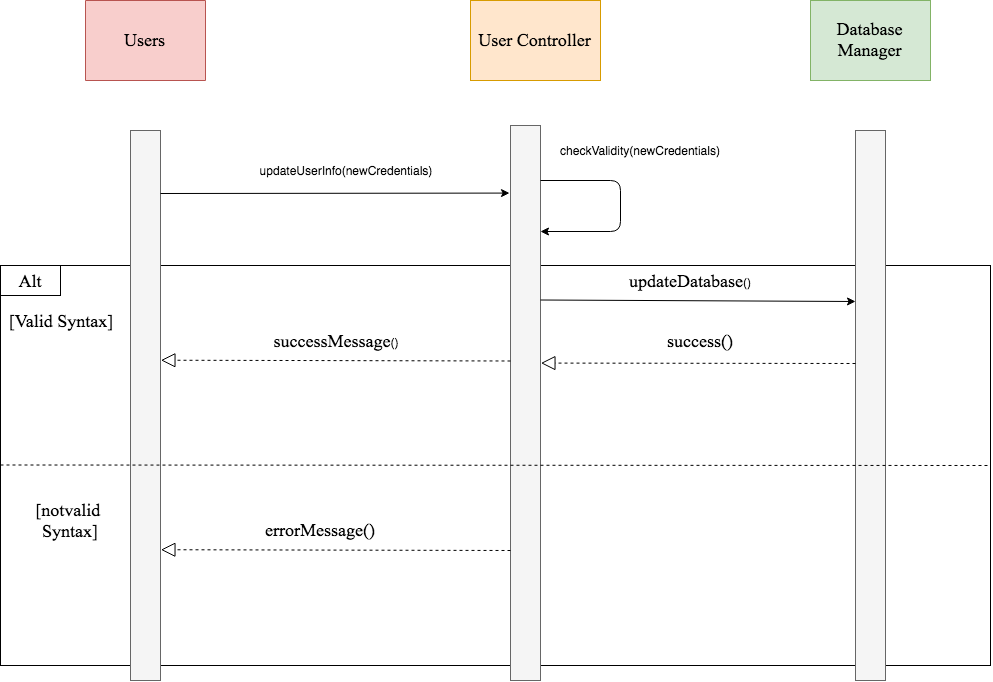
Before: images/SequenceDiagrams/updateUser.png, a diagram exported from draw.io (bounswe/bounswe2019group10). Source tidied: cells renumbered, new cells last; positions are measured from the earlier drawing's top-left corner, leaving out a move shared by most shapes. Source of this version:
```xml
<mxGraphModel>
  <root>
    <mxCell id="0" />
    <mxCell id="1" parent="0" />
    <mxCell id="2" style="rounded=0;whiteSpace=wrap;html=1;strokeColor=#000000;strokeWidth=1;shadow=0;comic=0;" parent="1" vertex="1">
      <mxGeometry y="265" width="990" height="400" as="geometry" />
    </mxCell>
    <mxCell id="3" value="&lt;font style=&quot;font-size: 18px&quot; face=&quot;Times New Roman&quot;&gt;Users&lt;/font&gt;" style="html=1;direction=south;fillColor=#f8cecc;strokeColor=#b85450;" parent="1" vertex="1">
      <mxGeometry x="85" width="120" height="80" as="geometry" />
    </mxCell>
    <mxCell id="4" style="rounded=0;whiteSpace=wrap;html=1;fillColor=#f5f5f5;strokeColor=#666666;fontColor=#333333;" parent="1" vertex="1">
      <mxGeometry x="130" y="130" width="30" height="550" as="geometry" />
    </mxCell>
    <mxCell id="5" style="endArrow=classic;html=1;entryX=-0.033;entryY=0.122;entryDx=0;entryDy=0;entryPerimeter=0;" parent="1" edge="1" target="7">
      <mxGeometry relative="1" as="geometry">
        <mxPoint x="160" y="193" as="sourcePoint" />
      </mxGeometry>
    </mxCell>
    <mxCell id="6" value="&lt;font face=&quot;Times New Roman&quot; style=&quot;font-size: 18px&quot;&gt;User Controller&lt;/font&gt;" style="rounded=0;whiteSpace=wrap;html=1;fillColor=#ffe6cc;strokeColor=#d79b00;" parent="1" vertex="1">
      <mxGeometry x="470" width="130" height="80" as="geometry" />
    </mxCell>
    <mxCell id="7" style="rounded=0;whiteSpace=wrap;html=1;fillColor=#f5f5f5;strokeColor=#666666;fontColor=#333333;" parent="1" vertex="1">
      <mxGeometry x="510" y="125" width="30" height="555" as="geometry" />
    </mxCell>
    <mxCell id="8" value="&lt;font face=&quot;Times New Roman&quot; style=&quot;font-size: 18px&quot;&gt;Database Manager&lt;/font&gt;" style="rounded=0;whiteSpace=wrap;html=1;fillColor=#d5e8d4;strokeColor=#82b366;" parent="1" vertex="1">
      <mxGeometry x="810" width="120" height="80" as="geometry" />
    </mxCell>
    <mxCell id="9" style="rounded=0;whiteSpace=wrap;html=1;fillColor=#f5f5f5;strokeColor=#666666;fontColor=#333333;glass=0;" parent="1" vertex="1">
      <mxGeometry x="855" y="130" width="30" height="550" as="geometry" />
    </mxCell>
    <mxCell id="10" value="updateUserInfo(newCredentials)" style="text;html=1;strokeColor=none;fillColor=none;align=center;verticalAlign=middle;whiteSpace=wrap;rounded=0;" parent="1" vertex="1">
      <mxGeometry x="250" y="160" width="190" height="20" as="geometry" />
    </mxCell>
    <mxCell id="11" value="checkValidity(newCredentials)" style="text;html=1;strokeColor=none;fillColor=none;align=center;verticalAlign=middle;whiteSpace=wrap;rounded=0;" parent="1" vertex="1">
      <mxGeometry x="550" y="120" width="180" height="60" as="geometry" />
    </mxCell>
    <mxCell id="12" style="endArrow=classic;html=1;" parent="1" edge="1">
      <mxGeometry relative="1" as="geometry">
        <mxPoint x="540" y="180" as="sourcePoint" />
        <mxPoint x="540" y="231" as="targetPoint" />
        <Array as="points">
          <mxPoint x="620" y="180" />
          <mxPoint x="620" y="231" />
        </Array>
      </mxGeometry>
    </mxCell>
    <mxCell id="13" style="rounded=0;whiteSpace=wrap;html=1;shadow=0;glass=0;comic=0;strokeColor=#000000;strokeWidth=1;" parent="1" vertex="1">
      <mxGeometry y="265" width="60" height="30" as="geometry" />
    </mxCell>
    <mxCell id="14" value="&lt;font face=&quot;Times New Roman&quot; style=&quot;font-size: 18px&quot;&gt;Alt&lt;/font&gt;" style="text;html=1;strokeColor=none;fillColor=none;align=center;verticalAlign=middle;whiteSpace=wrap;rounded=0;shadow=0;glass=0;comic=0;direction=south;" parent="1" vertex="1">
      <mxGeometry x="20" y="260" width="20" height="40" as="geometry" />
    </mxCell>
    <mxCell id="15" value="&lt;font face=&quot;Times New Roman&quot; style=&quot;font-size: 18px&quot;&gt;[Valid Syntax]&lt;/font&gt;" style="text;html=1;strokeColor=none;fillColor=none;align=center;verticalAlign=middle;whiteSpace=wrap;rounded=0;shadow=0;glass=0;comic=0;" parent="1" vertex="1">
      <mxGeometry y="310" width="120" height="20" as="geometry" />
    </mxCell>
    <mxCell id="16" style="endArrow=classic;html=1;" parent="1" edge="1">
      <mxGeometry relative="1" as="geometry">
        <mxPoint x="540" y="299.5" as="sourcePoint" />
        <mxPoint x="855" y="301" as="targetPoint" />
      </mxGeometry>
    </mxCell>
    <mxCell id="17" value="&lt;font face=&quot;Times New Roman&quot; style=&quot;font-size: 18px&quot;&gt;updateDatabase&lt;/font&gt;()" style="text;html=1;strokeColor=none;fillColor=none;align=center;verticalAlign=middle;whiteSpace=wrap;rounded=0;shadow=0;glass=0;comic=0;" parent="1" vertex="1">
      <mxGeometry x="590" y="270" width="200" height="20" as="geometry" />
    </mxCell>
    <mxCell id="18" value="&lt;font face=&quot;Times New Roman&quot; style=&quot;font-size: 18px&quot;&gt;success()&lt;/font&gt;" style="text;html=1;strokeColor=none;fillColor=none;align=center;verticalAlign=middle;whiteSpace=wrap;rounded=0;shadow=0;glass=0;comic=0;" parent="1" vertex="1">
      <mxGeometry x="630" y="330" width="140" height="20" as="geometry" />
    </mxCell>
    <mxCell id="19" value="&lt;font style=&quot;font-size: 18px&quot; face=&quot;Times New Roman&quot;&gt;successMessage&lt;/font&gt;()" style="text;html=1;strokeColor=none;fillColor=none;align=center;verticalAlign=middle;whiteSpace=wrap;rounded=0;shadow=0;glass=0;comic=0;" parent="1" vertex="1">
      <mxGeometry x="240" y="330" width="190" height="20" as="geometry" />
    </mxCell>
    <mxCell id="20" style="endArrow=none;dashed=1;html=1;" parent="1" edge="1">
      <mxGeometry relative="1" as="geometry">
        <mxPoint y="464.5" as="sourcePoint" />
        <mxPoint x="990" y="465" as="targetPoint" />
      </mxGeometry>
    </mxCell>
    <mxCell id="21" value="&lt;font face=&quot;Times New Roman&quot; style=&quot;font-size: 18px&quot;&gt;[notvalid &lt;br&gt;Syntax]&lt;/font&gt;" style="text;html=1;strokeColor=none;fillColor=none;align=center;verticalAlign=middle;whiteSpace=wrap;rounded=0;shadow=0;glass=0;comic=0;" parent="1" vertex="1">
      <mxGeometry x="10" y="490" width="120" height="60" as="geometry" />
    </mxCell>
    <mxCell id="22" value="&lt;font face=&quot;Times New Roman&quot; style=&quot;font-size: 18px&quot;&gt;errorMessage()&lt;/font&gt;" style="text;html=1;strokeColor=none;fillColor=none;align=center;verticalAlign=middle;whiteSpace=wrap;rounded=0;shadow=0;glass=0;comic=0;" parent="1" vertex="1">
      <mxGeometry x="250" y="520" width="140" height="20" as="geometry" />
    </mxCell>
    <mxCell id="23" style="endArrow=block;dashed=1;endFill=0;endSize=12;html=1;entryX=1.014;entryY=0.428;entryDx=0;entryDy=0;entryPerimeter=0;" parent="1" edge="1" target="7">
      <mxGeometry relative="1" as="geometry">
        <mxPoint x="855" y="363" as="sourcePoint" />
      </mxGeometry>
    </mxCell>
    <mxCell id="24" style="endArrow=block;dashed=1;endFill=0;endSize=12;html=1;entryX=1.014;entryY=0.418;entryDx=0;entryDy=0;entryPerimeter=0;" parent="1" edge="1" target="4">
      <mxGeometry relative="1" as="geometry">
        <mxPoint x="510" y="360.5" as="sourcePoint" />
      </mxGeometry>
    </mxCell>
    <mxCell id="25" style="endArrow=block;dashed=1;endFill=0;endSize=12;html=1;entryX=1.014;entryY=0.418;entryDx=0;entryDy=0;entryPerimeter=0;" parent="1" edge="1">
      <mxGeometry relative="1" as="geometry">
        <mxPoint x="510" y="550" as="sourcePoint" />
        <mxPoint x="160.4" y="549.2" as="targetPoint" />
      </mxGeometry>
    </mxCell>
  </root>
</mxGraphModel>
```
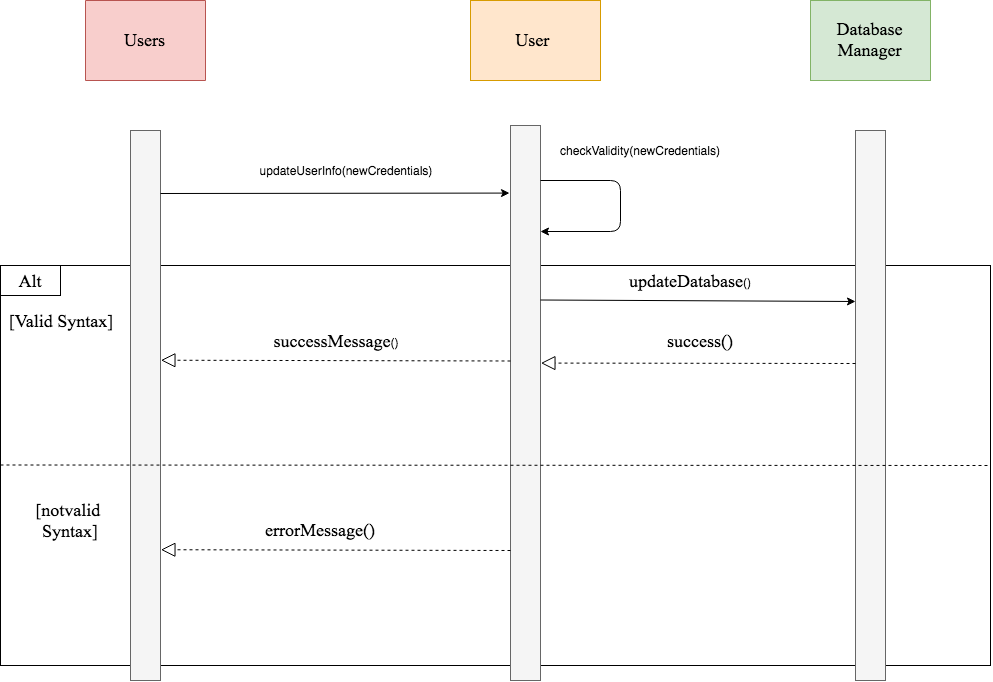
The same diagram one commit later.

What changed in the source:
```diff
@@ -16,7 +16,7 @@
         <mxPoint x="160" y="193" as="sourcePoint" />
       </mxGeometry>
     </mxCell>
-    <mxCell id="6" value="&lt;font face=&quot;Times New Roman&quot; style=&quot;font-size: 18px&quot;&gt;User Controller&lt;/font&gt;" style="rounded=0;whiteSpace=wrap;html=1;fillColor=#ffe6cc;strokeColor=#d79b00;" parent="1" vertex="1">
+    <mxCell id="6" value="&lt;font face=&quot;Times New Roman&quot; style=&quot;font-size: 18px&quot;&gt;User&amp;nbsp;&lt;/font&gt;" style="rounded=0;whiteSpace=wrap;html=1;fillColor=#ffe6cc;strokeColor=#d79b00;" parent="1" vertex="1">
       <mxGeometry x="470" width="130" height="80" as="geometry" />
     </mxCell>
     <mxCell id="7" style="rounded=0;whiteSpace=wrap;html=1;fillColor=#f5f5f5;strokeColor=#666666;fontColor=#333333;" parent="1" vertex="1">
```
